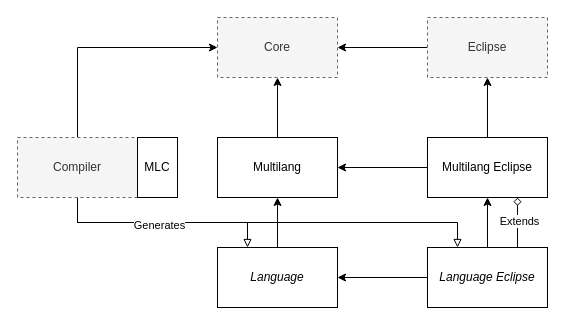
AZWN/Spoofax-pie-diagrams keeps this draw.io diagram as page "General Architecture" (23 of 24) of Spoofax3 Diagrams.drawio. Above is the earlier version. Source tidied: cells renumbered, new cells numbered last; positions are measured from the earlier drawing's top-left corner, leaving out a move shared by most shapes. Both pictures are drawn from the tidied source at 100%, with x=0, y=0 at pixel (17, 17).
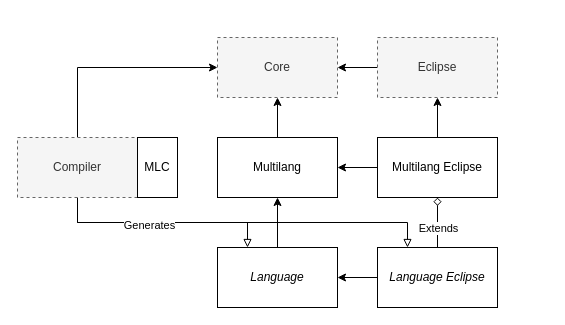
Above is the later version.

Commit message:
Compact architecture image

The edit, as a diff of the source:
```diff
@@
     <mxCell id="2" value="Core" style="rounded=0;whiteSpace=wrap;html=1;fillColor=#f5f5f5;strokeColor=#666666;fontColor=#333333;dashed=1;" parent="1" vertex="1">
-      <mxGeometry x="200" width="120" height="60" as="geometry" />
+      <mxGeometry x="200" y="20" width="120" height="60" as="geometry" />
     </mxCell>
@@
     <mxCell id="4" value="Eclipse" style="rounded=0;whiteSpace=wrap;html=1;fillColor=#f5f5f5;strokeColor=#666666;fontColor=#333333;dashed=1;" parent="1" vertex="1">
-      <mxGeometry x="410" width="120" height="60" as="geometry" />
+      <mxGeometry x="360" y="20" width="120" height="60" as="geometry" />
     </mxCell>
@@
     <mxCell id="9" value="&lt;div&gt;Multilang Eclipse&lt;br&gt;&lt;/div&gt;" style="rounded=0;whiteSpace=wrap;html=1;" parent="1" vertex="1">
-      <mxGeometry x="410" y="120" width="120" height="60" as="geometry" />
+      <mxGeometry x="360" y="120" width="120" height="60" as="geometry" />
     </mxCell>
@@
-    <mxCell id="12" style="edgeStyle=orthogonalEdgeStyle;rounded=0;jettySize=auto;html=1;exitX=0.5;exitY=0;exitDx=0;exitDy=0;" parent="1" edge="1" source="16" target="9">
-      <mxGeometry relative="1" as="geometry" />
-    </mxCell>
@@
-    <mxCell id="14" style="edgeStyle=none;rounded=0;jettySize=auto;html=1;exitX=0.75;exitY=0;exitDx=0;exitDy=0;entryX=0.75;entryY=1;entryDx=0;entryDy=0;fontColor=#000000;endArrow=diamond;endFill=0;" parent="1" edge="1" source="16" target="9">
-      <mxGeometry relative="1" as="geometry">
-        <Array as="points">
-          <mxPoint x="500" y="210" />
-        </Array>
-      </mxGeometry>
+    <mxCell id="14" style="edgeStyle=none;rounded=0;jettySize=auto;html=1;exitX=0.5;exitY=0;exitDx=0;exitDy=0;entryX=0.5;entryY=1;entryDx=0;entryDy=0;fontColor=#000000;endArrow=diamond;endFill=0;" parent="1" edge="1" source="16" target="9">
+      <mxGeometry relative="1" as="geometry" />
     </mxCell>
     <mxCell id="15" value="Extends" style="edgeLabel;html=1;align=center;verticalAlign=middle;fontColor=#000000;" parent="14" vertex="1">
-      <mxGeometry x="0.09" y="-1" relative="1" as="geometry" />
+      <mxGeometry x="0.09" y="-1" relative="1" as="geometry">
+        <mxPoint x="-1" y="7.5" as="offset" />
+      </mxGeometry>
     </mxCell>
     <mxCell id="16" value="&lt;div&gt;&lt;i&gt;&lt;i&gt;Language&lt;/i&gt; Eclipse&lt;/i&gt;&lt;br&gt;&lt;/div&gt;" style="rounded=0;whiteSpace=wrap;html=1;" parent="1" vertex="1">
-      <mxGeometry x="410" y="230" width="120" height="60" as="geometry" />
+      <mxGeometry x="360" y="230" width="120" height="60" as="geometry" />
     </mxCell>
```
